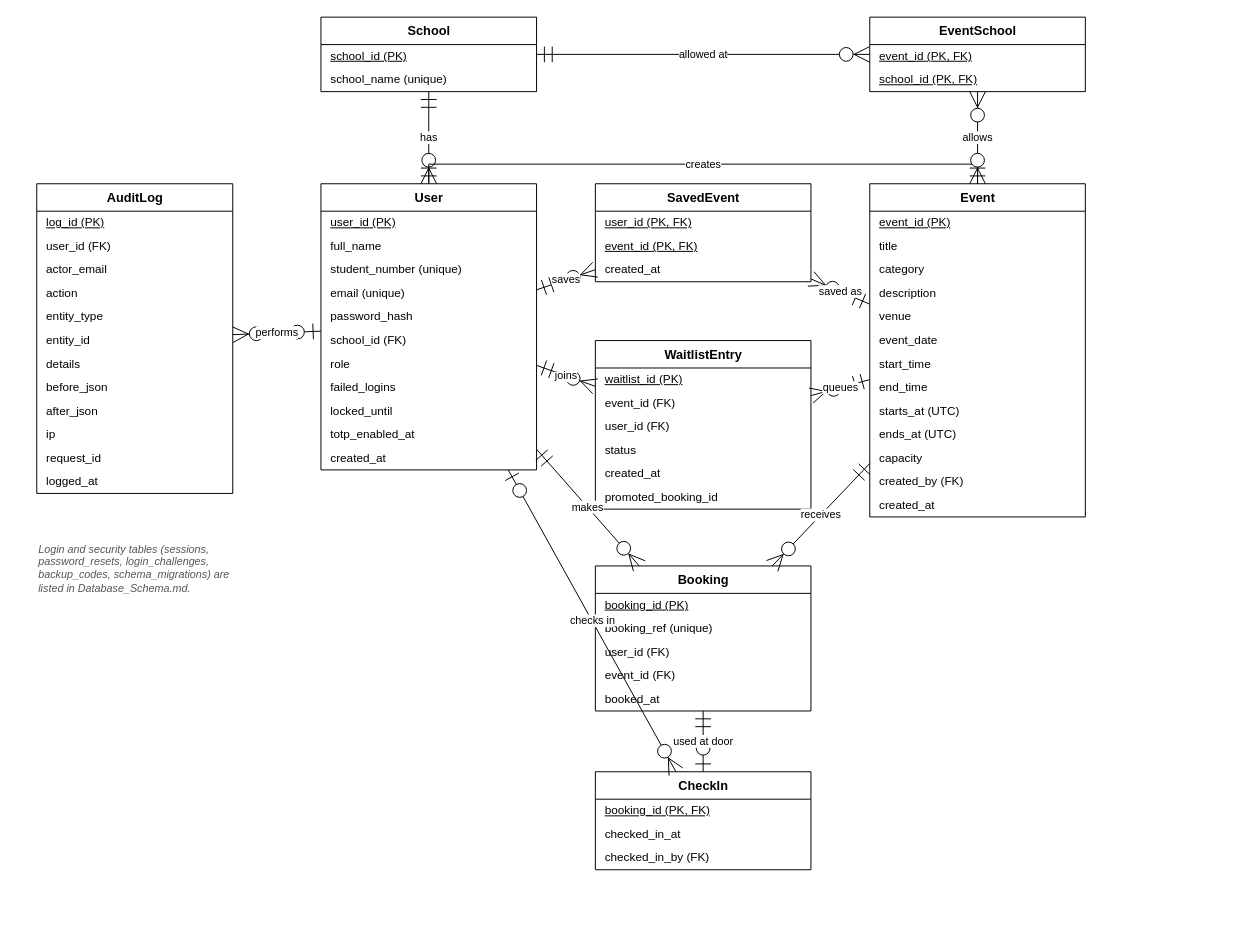
This is docs/diagrams/source/CampusSeat_ER.drawio from muthokaricky-alt/CampusSeat, a draw.io file, before an edit. Source tidied: cells renumbered, new cells numbered last; positions are measured from the earlier drawing's top-left corner, leaving out a move shared by most shapes. Both pictures are drawn from the tidied source at 98%, with x=0, y=0 at pixel (36, 17).
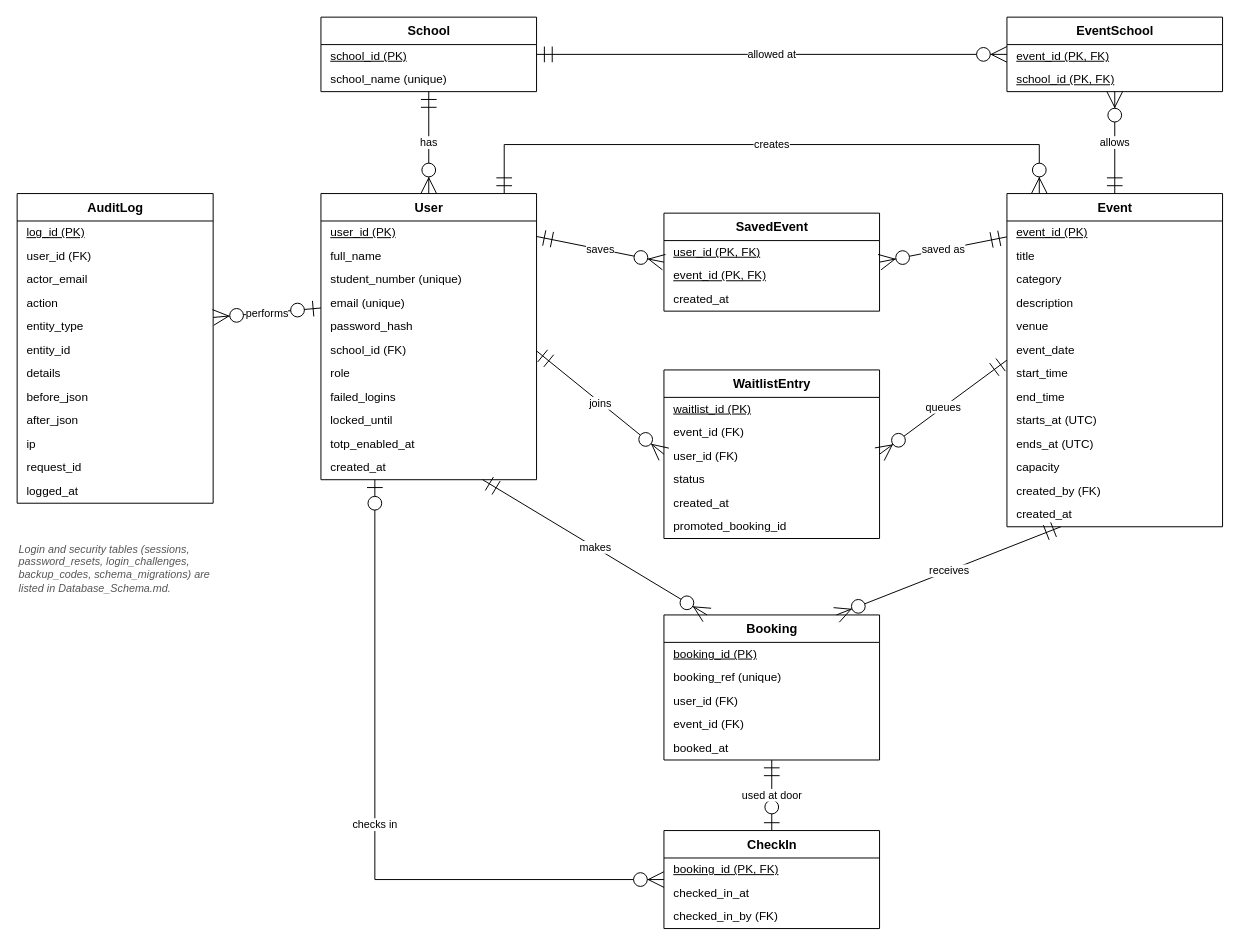
Above is the later version.

Diff of the diagram source:
```diff
@@
     <mxCell id="5" value="EventSchool" style="swimlane;fontStyle=1;horizontal=1;startSize=28;html=1;fontSize=13;" parent="1" vertex="1">
-      <mxGeometry x="850" width="220" height="76" as="geometry" />
+      <mxGeometry x="990" width="220" height="76" as="geometry" />
     </mxCell>
@@
     <mxCell id="8" value="User" style="swimlane;fontStyle=1;horizontal=1;startSize=28;html=1;fontSize=13;" parent="1" vertex="1">
-      <mxGeometry x="290" y="170" width="220" height="292" as="geometry" />
+      <mxGeometry x="290" y="180" width="220" height="292" as="geometry" />
     </mxCell>
@@
     <mxCell id="20" value="Event" style="swimlane;fontStyle=1;horizontal=1;startSize=28;html=1;fontSize=13;" parent="1" vertex="1">
-      <mxGeometry x="850" y="170" width="220" height="340" as="geometry" />
+      <mxGeometry x="990" y="180" width="220" height="340" as="geometry" />
     </mxCell>
@@
     <mxCell id="34" value="AuditLog" style="swimlane;fontStyle=1;horizontal=1;startSize=28;html=1;fontSize=13;" parent="1" vertex="1">
-      <mxGeometry y="170" width="200" height="316" as="geometry" />
+      <mxGeometry x="-20" y="180" width="200" height="316" as="geometry" />
     </mxCell>
@@
     <mxCell id="47" value="SavedEvent" style="swimlane;fontStyle=1;horizontal=1;startSize=28;html=1;fontSize=13;" parent="1" vertex="1">
-      <mxGeometry x="570" y="170" width="220" height="100" as="geometry" />
+      <mxGeometry x="640" y="200" width="220" height="100" as="geometry" />
     </mxCell>
@@
     <mxCell id="51" value="WaitlistEntry" style="swimlane;fontStyle=1;horizontal=1;startSize=28;html=1;fontSize=13;" parent="1" vertex="1">
-      <mxGeometry x="570" y="330" width="220" height="172" as="geometry" />
+      <mxGeometry x="640" y="360" width="220" height="172" as="geometry" />
     </mxCell>
@@
     <mxCell id="58" value="Booking" style="swimlane;fontStyle=1;horizontal=1;startSize=28;html=1;fontSize=13;" parent="1" vertex="1">
-      <mxGeometry x="570" y="560" width="220" height="148" as="geometry" />
+      <mxGeometry x="640" y="610" width="220" height="148" as="geometry" />
     </mxCell>
@@
     <mxCell id="64" value="CheckIn" style="swimlane;fontStyle=1;horizontal=1;startSize=28;html=1;fontSize=13;" parent="1" vertex="1">
-      <mxGeometry x="570" y="770" width="220" height="100" as="geometry" />
+      <mxGeometry x="640" y="830" width="220" height="100" as="geometry" />
     </mxCell>
@@
-    <mxCell id="71" value="performs" style="html=1;rounded=0;startArrow=ERzeroToOne;endArrow=ERzeroToMany;startSize=14;endSize=14;fontSize=11;labelBackgroundColor=default;" parent="1" edge="1" source="8" target="34">
+    <mxCell id="71" value="performs" style="html=1;rounded=0;startArrow=ERzeroToOne;endArrow=ERzeroToMany;startSize=14;endSize=14;fontSize=11;labelBackgroundColor=default;exitX=0;exitY=0.4;exitDx=0;exitDy=0;entryX=1;entryY=0.4;entryDx=0;entryDy=0;" parent="1" edge="1" source="8" target="34">
       <mxGeometry relative="1" as="geometry" />
     </mxCell>
-    <mxCell id="72" value="saves" style="html=1;rounded=0;startArrow=ERmandOne;endArrow=ERzeroToMany;startSize=14;endSize=14;fontSize=11;labelBackgroundColor=default;" parent="1" edge="1" source="8" target="47">
+    <mxCell id="72" value="saves" style="html=1;rounded=0;startArrow=ERmandOne;endArrow=ERzeroToMany;startSize=14;endSize=14;fontSize=11;labelBackgroundColor=default;exitX=1;exitY=0.15;exitDx=0;exitDy=0;entryX=0;entryY=0.5;entryDx=0;entryDy=0;" parent="1" edge="1" source="8" target="47">
       <mxGeometry relative="1" as="geometry" />
     </mxCell>
-    <mxCell id="73" value="saved as" style="html=1;rounded=0;startArrow=ERmandOne;endArrow=ERzeroToMany;startSize=14;endSize=14;fontSize=11;labelBackgroundColor=default;" parent="1" edge="1" source="20" target="47">
+    <mxCell id="73" value="saved as" style="html=1;rounded=0;startArrow=ERmandOne;endArrow=ERzeroToMany;startSize=14;endSize=14;fontSize=11;labelBackgroundColor=default;exitX=0;exitY=0.13;exitDx=0;exitDy=0;entryX=1;entryY=0.5;entryDx=0;entryDy=0;" parent="1" edge="1" source="20" target="47">
       <mxGeometry relative="1" as="geometry" />
     </mxCell>
-    <mxCell id="74" value="joins" style="html=1;rounded=0;startArrow=ERmandOne;endArrow=ERzeroToMany;startSize=14;endSize=14;fontSize=11;labelBackgroundColor=default;" parent="1" edge="1" source="8" target="51">
+    <mxCell id="74" value="joins" style="html=1;rounded=0;startArrow=ERmandOne;endArrow=ERzeroToMany;startSize=14;endSize=14;fontSize=11;labelBackgroundColor=default;exitX=1;exitY=0.55;exitDx=0;exitDy=0;entryX=0;entryY=0.5;entryDx=0;entryDy=0;" parent="1" edge="1" source="8" target="51">
       <mxGeometry relative="1" as="geometry" />
     </mxCell>
-    <mxCell id="75" value="queues" style="html=1;rounded=0;startArrow=ERmandOne;endArrow=ERzeroToMany;startSize=14;endSize=14;fontSize=11;labelBackgroundColor=default;" parent="1" edge="1" source="20" target="51">
+    <mxCell id="75" value="queues" style="html=1;rounded=0;startArrow=ERmandOne;endArrow=ERzeroToMany;startSize=14;endSize=14;fontSize=11;labelBackgroundColor=default;exitX=0;exitY=0.5;exitDx=0;exitDy=0;entryX=1;entryY=0.5;entryDx=0;entryDy=0;" parent="1" edge="1" source="20" target="51">
       <mxGeometry relative="1" as="geometry" />
     </mxCell>
-    <mxCell id="76" value="makes" style="html=1;rounded=0;startArrow=ERmandOne;endArrow=ERzeroToMany;startSize=14;endSize=14;fontSize=11;labelBackgroundColor=default;" parent="1" edge="1" source="8" target="58">
+    <mxCell id="76" value="makes" style="html=1;rounded=0;startArrow=ERmandOne;endArrow=ERzeroToMany;startSize=14;endSize=14;fontSize=11;labelBackgroundColor=default;exitX=0.75;exitY=1;exitDx=0;exitDy=0;entryX=0.2;entryY=0;entryDx=0;entryDy=0;" parent="1" edge="1" source="8" target="58">
       <mxGeometry relative="1" as="geometry" />
     </mxCell>
-    <mxCell id="77" value="receives" style="html=1;rounded=0;startArrow=ERmandOne;endArrow=ERzeroToMany;startSize=14;endSize=14;fontSize=11;labelBackgroundColor=default;" parent="1" edge="1" source="20" target="58">
+    <mxCell id="77" value="receives" style="html=1;rounded=0;startArrow=ERmandOne;endArrow=ERzeroToMany;startSize=14;endSize=14;fontSize=11;labelBackgroundColor=default;exitX=0.25;exitY=1;exitDx=0;exitDy=0;entryX=0.8;entryY=0;entryDx=0;entryDy=0;" parent="1" edge="1" source="20" target="58">
       <mxGeometry relative="1" as="geometry" />
     </mxCell>
@@
-    <mxCell id="79" value="checks in" style="html=1;rounded=0;startArrow=ERzeroToOne;endArrow=ERzeroToMany;startSize=14;endSize=14;fontSize=11;labelBackgroundColor=default;" parent="1" edge="1" source="8" target="64">
-      <mxGeometry relative="1" as="geometry" />
+    <mxCell id="79" value="checks in" style="html=1;rounded=0;startArrow=ERzeroToOne;endArrow=ERzeroToMany;startSize=14;endSize=14;fontSize=11;labelBackgroundColor=default;exitX=0.25;exitY=1;exitDx=0;exitDy=0;entryX=0;entryY=0.5;entryDx=0;entryDy=0;" parent="1" edge="1" source="8" target="64">
+      <mxGeometry relative="1" as="geometry">
+        <Array as="points">
+          <mxPoint x="345" y="880" />
+        </Array>
+      </mxGeometry>
     </mxCell>
-    <mxCell id="80" value="creates" style="html=1;rounded=0;startArrow=ERmandOne;endArrow=ERzeroToMany;startSize=14;endSize=14;fontSize=11;labelBackgroundColor=default;edgeStyle=orthogonalEdgeStyle;" parent="1" edge="1" source="8" target="20">
+    <mxCell id="80" value="creates" style="html=1;rounded=0;startArrow=ERmandOne;endArrow=ERzeroToMany;startSize=14;endSize=14;fontSize=11;labelBackgroundColor=default;exitX=0.85;exitY=0;exitDx=0;exitDy=0;entryX=0.15;entryY=0;entryDx=0;entryDy=0;" parent="1" edge="1" source="8" target="20">
       <mxGeometry relative="1" as="geometry">
         <Array as="points">
-          <mxPoint x="400" y="150" />
-          <mxPoint x="960" y="150" />
+          <mxPoint x="477" y="130" />
+          <mxPoint x="1023" y="130" />
         </Array>
       </mxGeometry>
     </mxCell>
     <mxCell id="81" value="Login and security tables (sessions, password_resets, login_challenges, backup_codes, schema_migrations) are listed in Database_Schema.md." style="text;html=1;whiteSpace=wrap;align=left;verticalAlign=top;fontSize=11;fontStyle=2;fontColor=#555555;" parent="1" vertex="1">
-      <mxGeometry y="530" width="200" height="80" as="geometry" />
+      <mxGeometry x="-20" y="530" width="200" height="80" as="geometry" />
     </mxCell>
```
